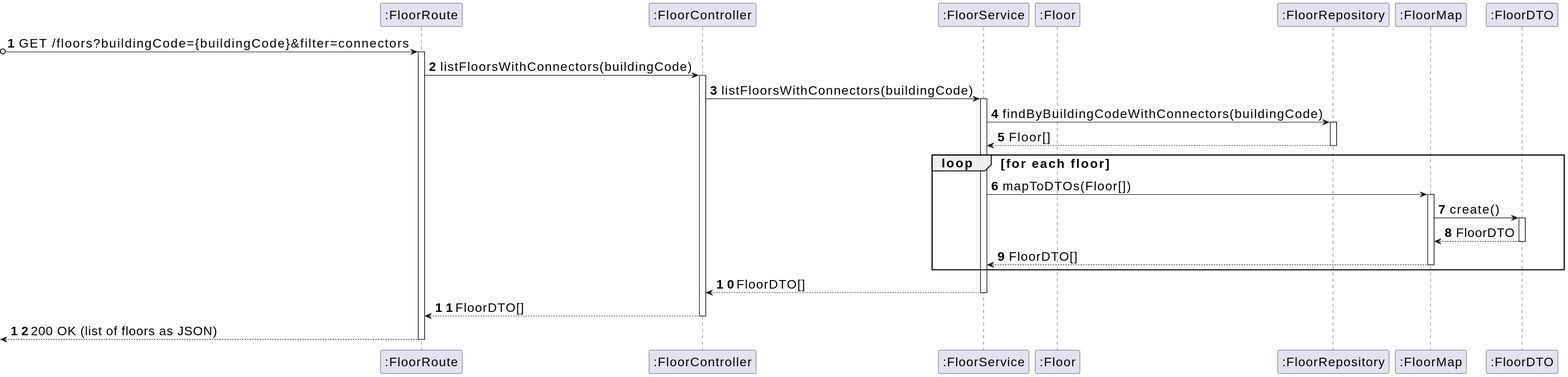
The PlantUML diagram _wiki/sprint-a/us08-220/views/level-3/assets/us08-level3_processes.svg in miseEnPlace-dev/lapr5, before a commit.
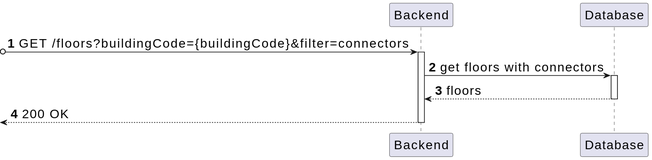
After the change.

The edit, as a diff of the source:
```diff
@@ -2,51 +2,18 @@
 skinparamlocked defaultFontSize 20
 autonumber
 
-participant ROUTE as ":FloorRoute"
-participant CTRL as ":FloorController"
-participant SVC as ":FloorService"
-participant E as ":Floor"
-participant REPO as ":FloorRepository"
-participant FMAP as ":FloorMap"
-participant DTO as ":FloorDTO"
+participant BE as "Backend"
+participant DB as "Database"
 
-?o-> ROUTE : GET /floors?buildingCode={buildingCode}&filter=connectors
-activate ROUTE
+?o-> BE : GET /floors?buildingCode={buildingCode}&filter=connectors
+activate BE
 
-  ROUTE -> CTRL : listFloorsWithConnectors(buildingCode)
-  activate CTRL
+BE -> DB : get floors with connectors
+activate DB
 
-    CTRL -> SVC : listFloorsWithConnectors(buildingCode)
-    activate SVC
+BE <-- DB : floors
+deactivate DB
 
-      SVC -> REPO : findByBuildingCodeWithConnectors(buildingCode)
-      activate REPO
-
-      REPO --> SVC : Floor[]
-      deactivate REPO
-
-      loop for each floor
-
-        SVC -> FMAP : mapToDTOs(Floor[])
-        activate FMAP
-
-          FMAP -> DTO : create()
-          activate DTO
-
-          DTO --> FMAP : FloorDTO
-          deactivate DTO
-
-        FMAP --> SVC : FloorDTO[]
-        deactivate FMAP
-
-      end
-
-    CTRL <-- SVC : FloorDTO[]
-    deactivate SVC
-
-  ROUTE <-- CTRL : FloorDTO[]
-  deactivate CTRL
-
-<-- ROUTE : 200 OK (list of floors as JSON)
-deactivate ROUTE
+<-- BE : 200 OK
+deactivate BE
 @enduml
```
